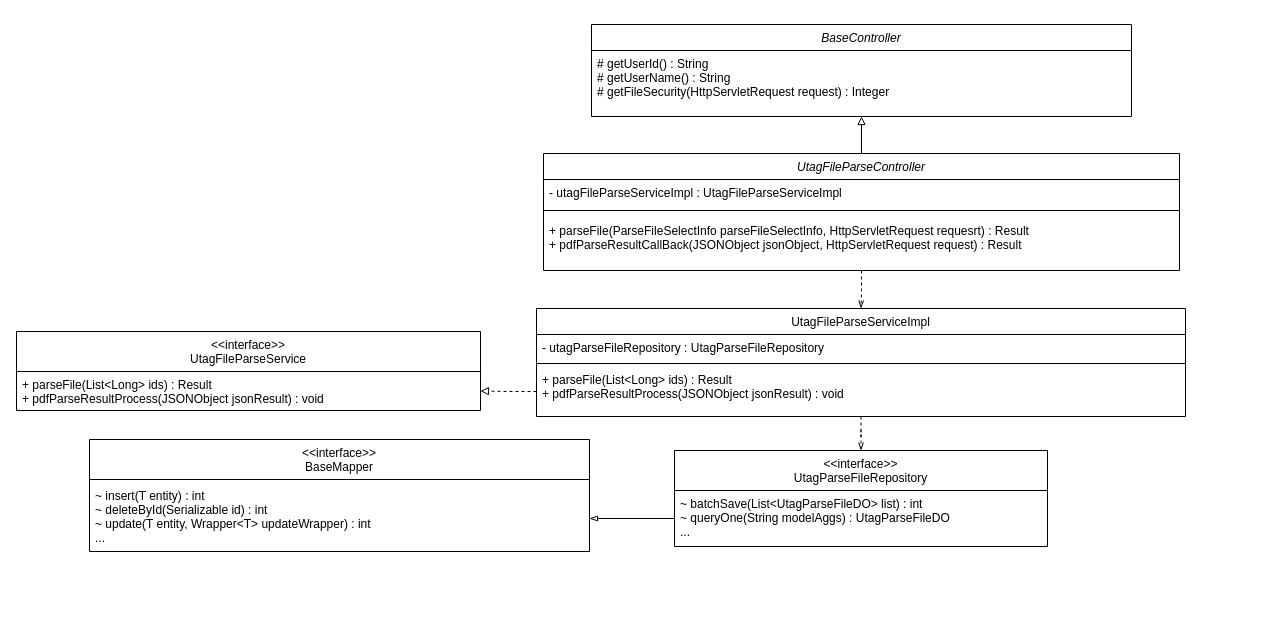
Before: 文本管理2.drawio in come-on-reader/draw-io, a draw.io diagram. Source tidied: cells renumbered, new cells numbered last; positions are measured from the earlier drawing's top-left corner, leaving out a move shared by most shapes. Both pictures are drawn from the tidied source at 100%, with x=0, y=0 at pixel (16, 24).
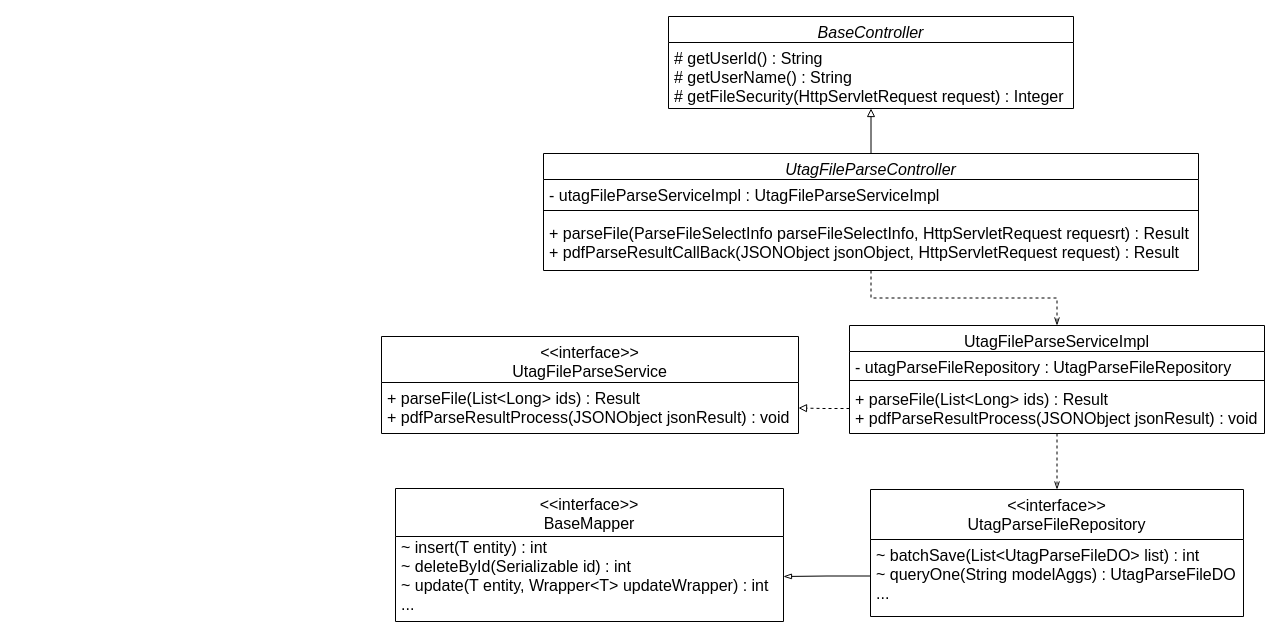
The same page after the edit.

Commit message:
更新文本管理2.drawio

Change to the diagram source:
```diff
@@
-    <mxCell id="2" style="edgeStyle=orthogonalEdgeStyle;rounded=0;jettySize=auto;html=1;entryX=0.5;entryY=0;entryDx=0;entryDy=0;dashed=1;endArrow=openThin;endFill=0;" parent="1" edge="1" source="3" target="8">
+    <mxCell id="2" style="edgeStyle=orthogonalEdgeStyle;rounded=0;jettySize=auto;html=1;entryX=0.5;entryY=0;entryDx=0;entryDy=0;dashed=1;endArrow=openThin;endFill=0;fontSize=16;" parent="1" edge="1" source="3" target="8">
       <mxGeometry relative="1" as="geometry" />
     </mxCell>
-    <mxCell id="3" value="UtagFileParseController" style="swimlane;fontStyle=2;align=center;verticalAlign=top;horizontal=1;startSize=26;rounded=0;shadow=0;strokeWidth=1;" parent="1" vertex="1">
-      <mxGeometry x="527" y="129" width="636" height="117" as="geometry" />
+    <mxCell id="3" value="UtagFileParseController" style="swimlane;fontStyle=2;align=center;verticalAlign=top;horizontal=1;startSize=26;rounded=0;shadow=0;strokeWidth=1;fontSize=16;" parent="1" vertex="1">
+      <mxGeometry x="527" y="129" width="655" height="117" as="geometry" />
     </mxCell>
-    <mxCell id="4" value="- utagFileParseServiceImpl : UtagFileParseServiceImpl" style="text;align=left;verticalAlign=top;spacingLeft=4;spacingRight=4;overflow=hidden;" parent="3" vertex="1">
-      <mxGeometry y="26" width="636" height="24" as="geometry" />
+    <mxCell id="4" value="- utagFileParseServiceImpl : UtagFileParseServiceImpl" style="text;align=left;verticalAlign=top;spacingLeft=4;spacingRight=4;overflow=hidden;fontSize=16;" parent="3" vertex="1">
+      <mxGeometry y="26" width="655" height="24" as="geometry" />
     </mxCell>
-    <mxCell id="5" style="line;html=1;strokeWidth=1;align=left;verticalAlign=middle;spacingTop=-1;spacingLeft=3;spacingRight=3;labelPosition=right;" parent="3" vertex="1">
-      <mxGeometry y="50" width="636" height="14" as="geometry" />
+    <mxCell id="5" style="line;html=1;strokeWidth=1;align=left;verticalAlign=middle;spacingTop=-1;spacingLeft=3;spacingRight=3;labelPosition=right;fontSize=16;" parent="3" vertex="1">
+      <mxGeometry y="50" width="655" height="14" as="geometry" />
     </mxCell>
-    <mxCell id="6" value="+ parseFile(ParseFileSelectInfo parseFileSelectInfo, HttpServletRequest requesrt) : Result&#10;+ pdfParseResultCallBack(JSONObject jsonObject, HttpServletRequest request) : Result" style="text;align=left;verticalAlign=top;spacingLeft=4;spacingRight=4;overflow=hidden;" parent="3" vertex="1">
-      <mxGeometry y="64" width="636" height="53" as="geometry" />
+    <mxCell id="6" value="+ parseFile(ParseFileSelectInfo parseFileSelectInfo, HttpServletRequest requesrt) : Result&#10;+ pdfParseResultCallBack(JSONObject jsonObject, HttpServletRequest request) : Result" style="text;align=left;verticalAlign=top;spacingLeft=4;spacingRight=4;overflow=hidden;fontSize=16;" parent="3" vertex="1">
+      <mxGeometry y="64" width="655" height="53" as="geometry" />
     </mxCell>
-    <mxCell id="7" style="edgeStyle=orthogonalEdgeStyle;rounded=0;jettySize=auto;html=1;endArrow=openThin;endFill=0;dashed=1;" parent="1" edge="1" source="8" target="14">
+    <mxCell id="7" style="edgeStyle=orthogonalEdgeStyle;rounded=0;jettySize=auto;html=1;endArrow=openThin;endFill=0;dashed=1;fontSize=16;" parent="1" edge="1" source="8" target="14">
       <mxGeometry relative="1" as="geometry" />
     </mxCell>
-    <mxCell id="8" value="UtagFileParseServiceImpl" style="swimlane;fontStyle=0;align=center;verticalAlign=top;horizontal=1;startSize=26;rounded=0;shadow=0;strokeWidth=1;" parent="1" vertex="1">
-      <mxGeometry x="520" y="284" width="649" height="108" as="geometry" />
+    <mxCell id="8" value="UtagFileParseServiceImpl" style="swimlane;fontStyle=0;align=center;verticalAlign=top;horizontal=1;startSize=26;rounded=0;shadow=0;strokeWidth=1;fontSize=16;" parent="1" vertex="1">
+      <mxGeometry x="833" y="301" width="415" height="108" as="geometry" />
     </mxCell>
-    <mxCell id="9" value="- utagParseFileRepository : UtagParseFileRepository" style="text;align=left;verticalAlign=top;spacingLeft=4;spacingRight=4;overflow=hidden;" parent="8" vertex="1">
-      <mxGeometry y="26" width="649" height="26" as="geometry" />
+    <mxCell id="9" value="- utagParseFileRepository : UtagParseFileRepository" style="text;align=left;verticalAlign=top;spacingLeft=4;spacingRight=4;overflow=hidden;fontSize=16;" parent="8" vertex="1">
+      <mxGeometry y="26" width="415" height="26" as="geometry" />
     </mxCell>
-    <mxCell id="10" style="line;html=1;strokeWidth=1;align=left;verticalAlign=middle;spacingTop=-1;spacingLeft=3;spacingRight=3;labelPosition=right;" parent="8" vertex="1">
-      <mxGeometry y="52" width="649" height="6" as="geometry" />
+    <mxCell id="10" style="line;html=1;strokeWidth=1;align=left;verticalAlign=middle;spacingTop=-1;spacingLeft=3;spacingRight=3;labelPosition=right;fontSize=16;" parent="8" vertex="1">
+      <mxGeometry y="52" width="415" height="6" as="geometry" />
     </mxCell>
-    <mxCell id="11" value="+ parseFile(List&lt;Long&gt; ids) : Result&#10;+ pdfParseResultProcess(JSONObject jsonResult) : void" style="text;align=left;verticalAlign=top;spacingLeft=4;spacingRight=4;overflow=hidden;points=[[0,0.5],[1,0.5]];portConstraint=eastwest;" parent="8" vertex="1">
-      <mxGeometry y="58" width="649" height="50" as="geometry" />
+    <mxCell id="11" value="+ parseFile(List&lt;Long&gt; ids) : Result&#10;+ pdfParseResultProcess(JSONObject jsonResult) : void" style="text;align=left;verticalAlign=top;spacingLeft=4;spacingRight=4;overflow=hidden;points=[[0,0.5],[1,0.5]];portConstraint=eastwest;fontSize=16;" parent="8" vertex="1">
+      <mxGeometry y="58" width="415" height="50" as="geometry" />
     </mxCell>
-    <mxCell id="12" value="&lt;&lt;interface&gt;&gt;&#10;UtagFileParseService" style="swimlane;fontStyle=0;align=center;verticalAlign=top;horizontal=1;startSize=40;rounded=0;shadow=0;strokeWidth=1;" parent="1" vertex="1">
-      <mxGeometry y="307" width="464" height="79" as="geometry" />
+    <mxCell id="12" value="&lt;&lt;interface&gt;&gt;&#10;UtagFileParseService" style="swimlane;fontStyle=0;align=center;verticalAlign=top;horizontal=1;startSize=46;rounded=0;shadow=0;strokeWidth=1;fontSize=16;" parent="1" vertex="1">
+      <mxGeometry x="365" y="312" width="417" height="97" as="geometry" />
     </mxCell>
-    <mxCell id="13" value="+ parseFile(List&lt;Long&gt; ids) : Result&#10;+ pdfParseResultProcess(JSONObject jsonResult) : void" style="text;align=left;verticalAlign=top;spacingLeft=4;spacingRight=4;overflow=hidden;points=[[0,0.5],[1,0.5]];portConstraint=eastwest;" parent="12" vertex="1">
-      <mxGeometry y="40" width="464" height="39" as="geometry" />
+    <mxCell id="13" value="+ parseFile(List&lt;Long&gt; ids) : Result&#10;+ pdfParseResultProcess(JSONObject jsonResult) : void" style="text;align=left;verticalAlign=top;spacingLeft=4;spacingRight=4;overflow=hidden;points=[[0,0.5],[1,0.5]];portConstraint=eastwest;fontSize=16;" parent="12" vertex="1">
+      <mxGeometry y="46" width="417" height="51" as="geometry" />
     </mxCell>
-    <mxCell id="14" value="&lt;&lt;interface&gt;&gt;&#10;UtagParseFileRepository" style="swimlane;fontStyle=0;align=center;verticalAlign=top;horizontal=1;startSize=40;rounded=0;shadow=0;strokeWidth=1;" parent="1" vertex="1">
-      <mxGeometry x="658" y="426" width="373" height="96" as="geometry" />
+    <mxCell id="14" value="&lt;&lt;interface&gt;&gt;&#10;UtagParseFileRepository" style="swimlane;fontStyle=0;align=center;verticalAlign=top;horizontal=1;startSize=50;rounded=0;shadow=0;strokeWidth=1;fontSize=16;" parent="1" vertex="1">
+      <mxGeometry x="854" y="465" width="373" height="127" as="geometry" />
     </mxCell>
-    <mxCell id="15" value="~ batchSave(List&lt;UtagParseFileDO&gt; list) : int&#10;~ queryOne(String modelAggs) : UtagParseFileDO&#10;..." style="text;align=left;verticalAlign=top;spacingLeft=4;spacingRight=4;overflow=hidden;points=[[0,0.5],[1,0.5]];portConstraint=eastwest;" parent="14" vertex="1">
-      <mxGeometry y="40" width="373" height="56" as="geometry" />
+    <mxCell id="15" value="~ batchSave(List&lt;UtagParseFileDO&gt; list) : int&#10;~ queryOne(String modelAggs) : UtagParseFileDO&#10;..." style="text;align=left;verticalAlign=top;spacingLeft=4;spacingRight=4;overflow=hidden;points=[[0,0.5],[1,0.5]];portConstraint=eastwest;fontSize=16;" parent="14" vertex="1">
+      <mxGeometry y="50" width="373" height="73" as="geometry" />
     </mxCell>
-    <mxCell id="16" value="&lt;&lt;interface&gt;&gt;&#10;BaseMapper" style="swimlane;fontStyle=0;align=center;verticalAlign=top;horizontal=1;startSize=40;rounded=0;shadow=0;strokeWidth=1;" parent="1" vertex="1">
-      <mxGeometry x="73" y="415" width="500" height="112" as="geometry" />
+    <mxCell id="16" value="&lt;&lt;interface&gt;&gt;&#10;BaseMapper" style="swimlane;fontStyle=0;align=center;verticalAlign=top;horizontal=1;startSize=48;rounded=0;shadow=0;strokeWidth=1;fontSize=16;" parent="1" vertex="1">
+      <mxGeometry x="379" y="464" width="388" height="133" as="geometry" />
     </mxCell>
-    <mxCell id="17" style="edgeStyle=orthogonalEdgeStyle;rounded=0;jettySize=auto;html=1;exitX=0;exitY=0.5;exitDx=0;exitDy=0;entryX=1;entryY=0.5;entryDx=0;entryDy=0;endArrow=blockThin;endFill=0;" parent="1" edge="1" source="15" target="22">
+    <mxCell id="17" style="edgeStyle=orthogonalEdgeStyle;rounded=0;jettySize=auto;html=1;exitX=0;exitY=0.5;exitDx=0;exitDy=0;entryX=1;entryY=0.5;entryDx=0;entryDy=0;endArrow=blockThin;endFill=0;fontSize=16;" parent="1" edge="1" source="15" target="22">
       <mxGeometry relative="1" as="geometry" />
     </mxCell>
-    <mxCell id="18" value="BaseController" style="swimlane;fontStyle=2;align=center;verticalAlign=top;horizontal=1;startSize=26;rounded=0;shadow=0;strokeWidth=1;" parent="1" vertex="1">
-      <mxGeometry x="575" width="540" height="92" as="geometry" />
+    <mxCell id="18" value="BaseController" style="swimlane;fontStyle=2;align=center;verticalAlign=top;horizontal=1;startSize=26;rounded=0;shadow=0;strokeWidth=1;fontSize=16;" parent="1" vertex="1">
+      <mxGeometry x="652" y="-8" width="405" height="92" as="geometry" />
     </mxCell>
-    <mxCell id="19" value="# getUserId() : String&#10;# getUserName() : String&#10;# getFileSecurity(HttpServletRequest request) : Integer" style="text;align=left;verticalAlign=top;spacingLeft=4;spacingRight=4;overflow=hidden;" parent="18" vertex="1">
-      <mxGeometry y="26" width="540" height="66" as="geometry" />
+    <mxCell id="19" value="# getUserId() : String&#10;# getUserName() : String&#10;# getFileSecurity(HttpServletRequest request) : Integer" style="text;align=left;verticalAlign=top;spacingLeft=4;spacingRight=4;overflow=hidden;fontSize=16;" parent="18" vertex="1">
+      <mxGeometry y="26" width="405" height="66" as="geometry" />
     </mxCell>
-    <mxCell id="20" style="edgeStyle=orthogonalEdgeStyle;rounded=0;jettySize=auto;html=1;exitX=0.5;exitY=0;exitDx=0;exitDy=0;endArrow=block;endFill=0;entryX=0.5;entryY=1;entryDx=0;entryDy=0;" parent="1" edge="1" source="3" target="18">
+    <mxCell id="20" style="edgeStyle=orthogonalEdgeStyle;rounded=0;jettySize=auto;html=1;exitX=0.5;exitY=0;exitDx=0;exitDy=0;endArrow=block;endFill=0;entryX=0.5;entryY=1;entryDx=0;entryDy=0;fontSize=16;" parent="1" edge="1" source="3" target="18">
       <mxGeometry relative="1" as="geometry" />
     </mxCell>
-    <mxCell id="21" style="edgeStyle=orthogonalEdgeStyle;rounded=0;jettySize=auto;html=1;entryX=1;entryY=0.5;entryDx=0;entryDy=0;dashed=1;endArrow=block;endFill=0;" parent="1" edge="1" source="11" target="13">
+    <mxCell id="21" style="edgeStyle=orthogonalEdgeStyle;rounded=0;jettySize=auto;html=1;entryX=1;entryY=0.5;entryDx=0;entryDy=0;dashed=1;endArrow=block;endFill=0;fontSize=16;" parent="1" edge="1" source="11" target="13">
       <mxGeometry relative="1" as="geometry" />
     </mxCell>
-    <mxCell id="22" value="~ insert(T entity) : int&#10;~ deleteById(Serializable id) : int&#10;~ update(T entity, Wrapper&lt;T&gt; updateWrapper) : int&#10;..." style="text;align=left;verticalAlign=top;spacingLeft=4;spacingRight=4;overflow=hidden;points=[[0,0.5],[1,0.5]];portConstraint=eastwest;" parent="1" vertex="1">
-      <mxGeometry x="73" y="458" width="500" height="72" as="geometry" />
+    <mxCell id="22" value="~ insert(T entity) : int&#10;~ deleteById(Serializable id) : int&#10;~ update(T entity, Wrapper&lt;T&gt; updateWrapper) : int&#10;..." style="text;align=left;verticalAlign=top;spacingLeft=4;spacingRight=4;overflow=hidden;points=[[0,0.5],[1,0.5]];portConstraint=eastwest;fontSize=16;" parent="1" vertex="1">
+      <mxGeometry x="379" y="507" width="388" height="90" as="geometry" />
     </mxCell>
```
